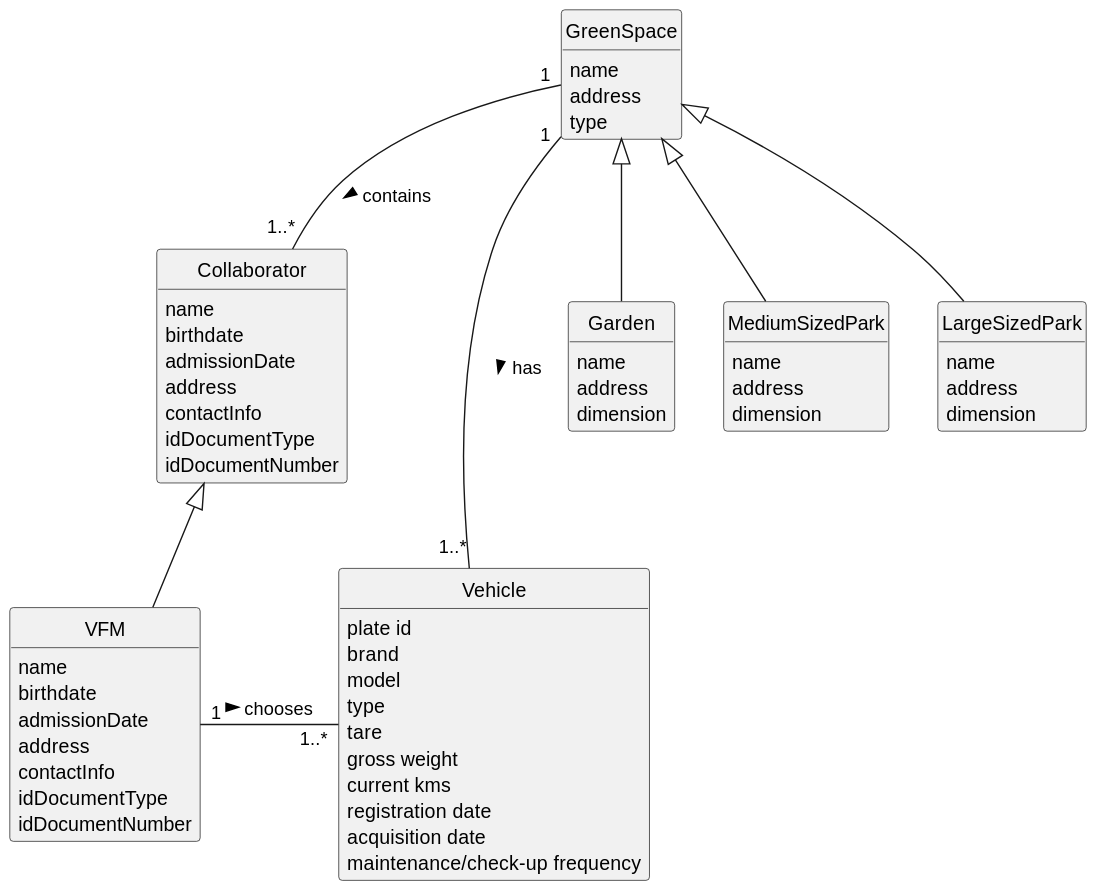
The PlantUML diagram docs/sprintA/us007/02.analysis/svg/us007-domain-model.svg in diogoveirospro/lei-24-s2-1dg-g072, before a commit.
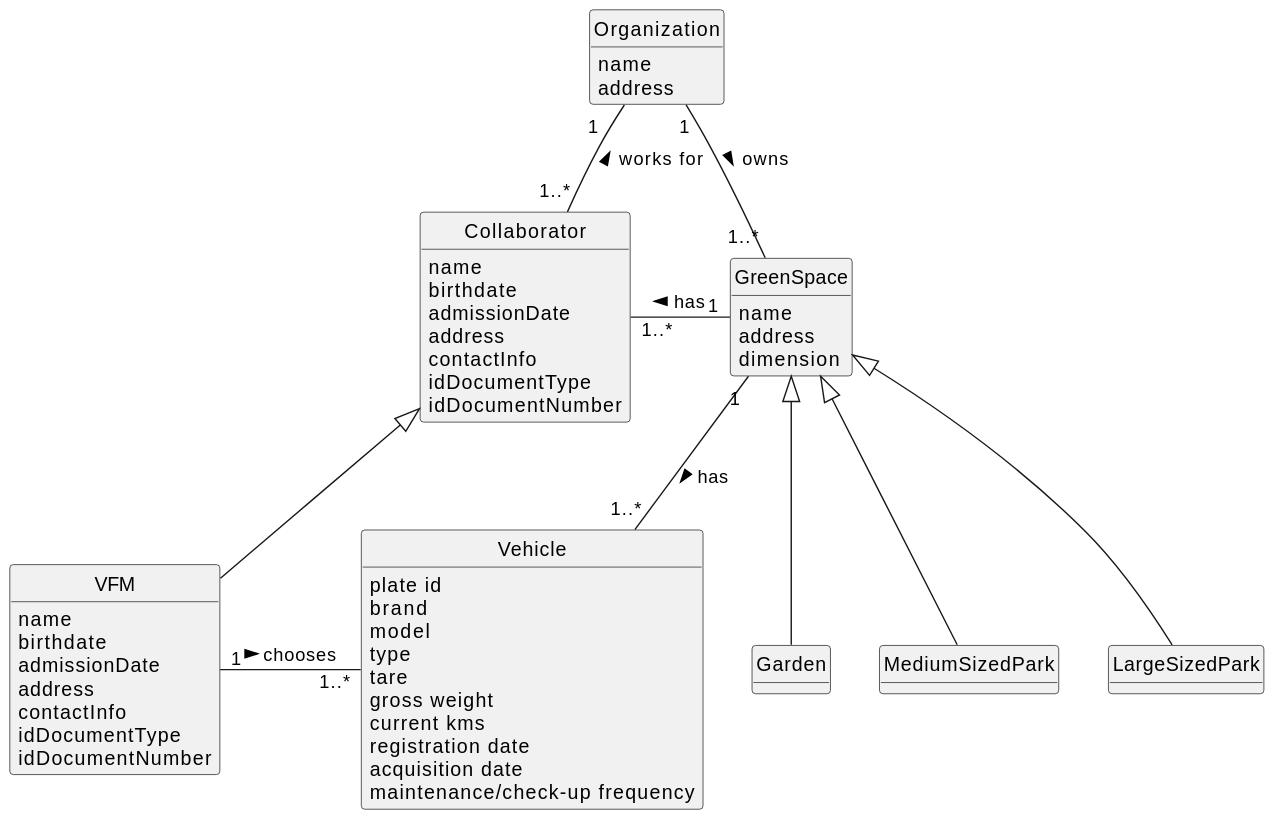
Above is the later version.

Commit message:
Made chances in the domain model of US006 and US007

Change to the diagram source:
```diff
@@ -44,32 +44,30 @@
 class GreenSpace {
     name
     address
-    type
+    dimension
 }
 
 class Garden {
-    name
-    address
-    dimension
 }
 
 class MediumSizedPark {
-    name
-    address
-    dimension
 }
 
 class LargeSizedPark {
+}
+
+class Organization{
     name
     address
-    dimension
 }
 
 Collaborator <|-- VFM
 VFM "1"-"   1..*" Vehicle: chooses >
-GreenSpace "1" -- "1..*" Collaborator: contains >
+Collaborator "1..*" - "1" GreenSpace: has <
 GreenSpace "1" -- "1..*" Vehicle: has >
 GreenSpace <|-- Garden
 GreenSpace <|-- MediumSizedPark
 GreenSpace <|-- LargeSizedPark
+Organization "1" -- "1..*" GreenSpace: owns >
+Organization "1   " -- "1..*" Collaborator: works for <
 @enduml
```
